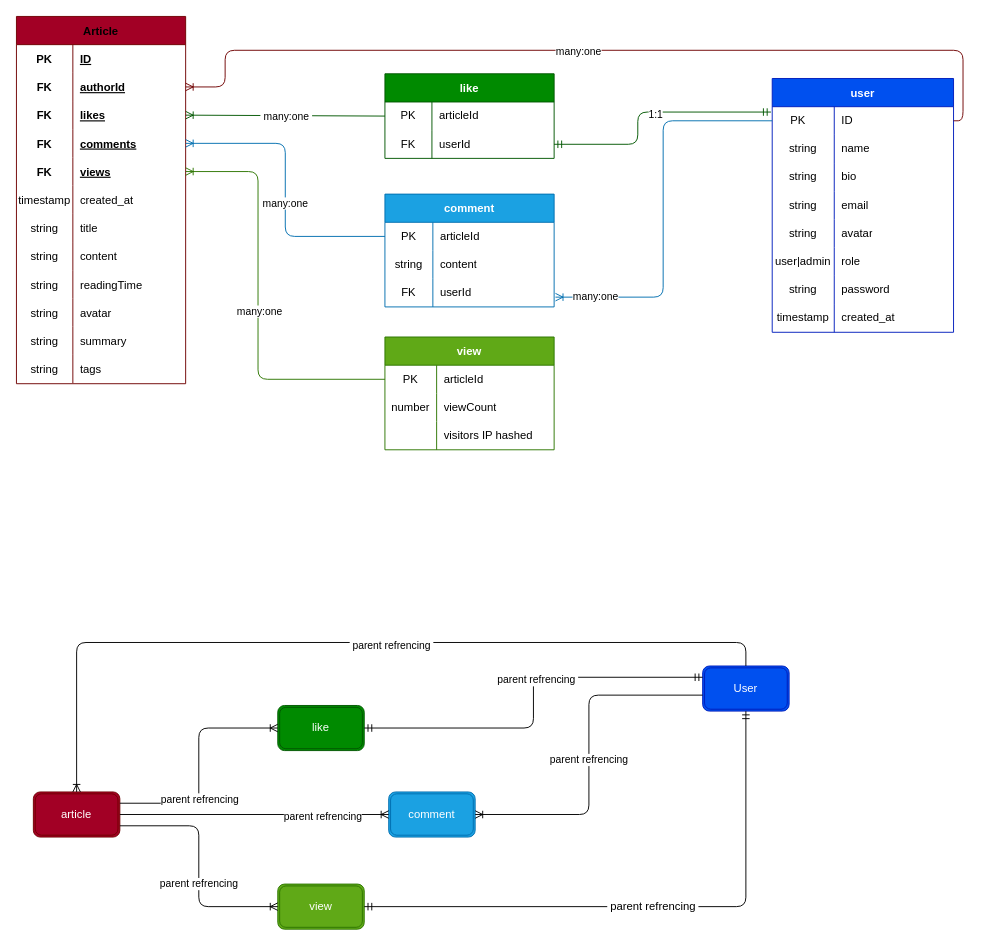
This is backend/doc/dbSchema.drawio from MhL5/Meta-Blog, a draw.io file, before an edit. Source tidied: cells renumbered, new cells numbered last; positions are measured from the earlier drawing's top-left corner, leaving out a move shared by most shapes. Both pictures are drawn from the tidied source at 94%, with x=0, y=0 at pixel (16, 16).
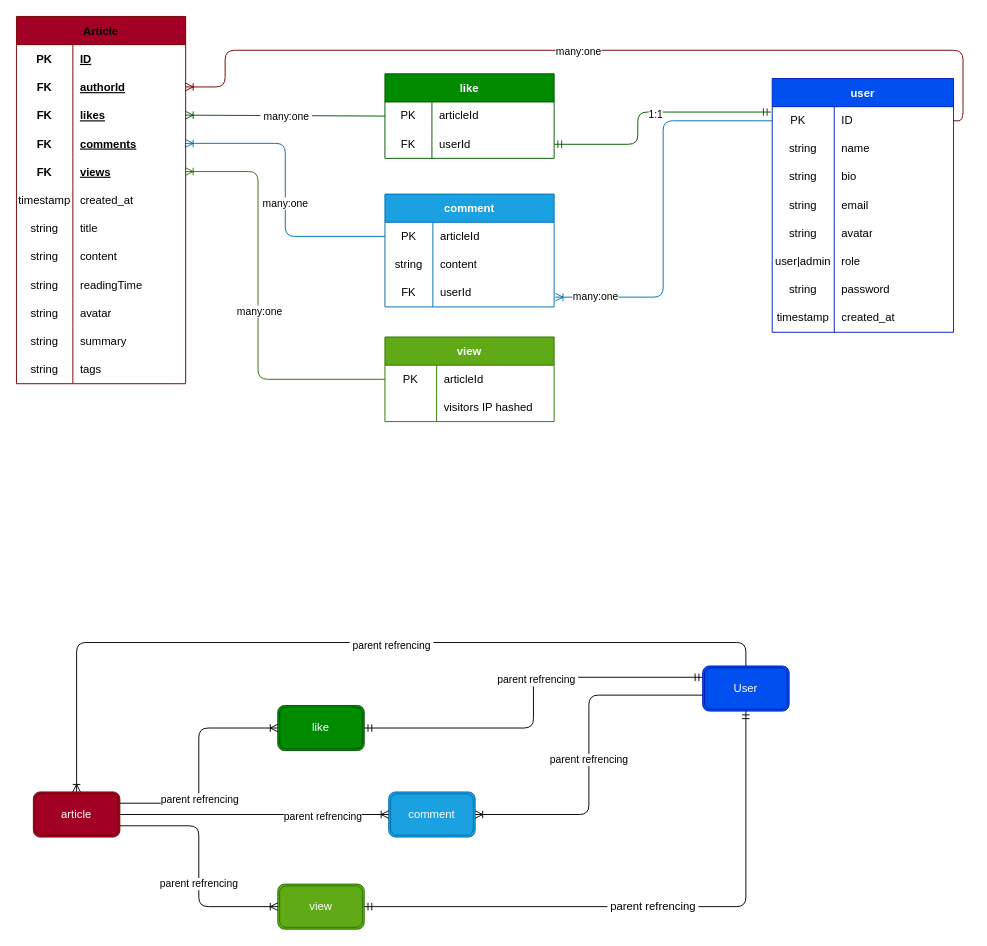
After the change.

Commit message:
backend:update dbSchema diagram

The edit, as a diff of the source:
```diff
@@
     <mxCell id="44" value="view" style="shape=table;startSize=30;childLayout=tableLayout;rowLines=0;fontStyle=1;fillColor=#60a917;fontColor=#ffffff;strokeColor=#2D7600;rounded=0;" parent="1" vertex="1">
-      <mxGeometry x="392" y="341" width="180" height="120" as="geometry" />
+      <mxGeometry x="392" y="341" width="180" height="90" as="geometry" />
     </mxCell>
@@
-    <mxCell id="48" style="shape=tableRow;horizontal=0;startSize=0;swimlaneHead=0;swimlaneBody=0;top=0;left=0;bottom=0;right=0;fillColor=none;rounded=0;" parent="44" vertex="1">
-      <mxGeometry y="60" width="180" height="30" as="geometry" />
-    </mxCell>
-    <mxCell id="49" value="number" style="shape=partialRectangle;html=1;whiteSpace=wrap;fillColor=none;top=0;left=0;bottom=0;right=0;overflow=hidden;rounded=0;" parent="48" vertex="1">
-      <mxGeometry width="55" height="30" as="geometry" />
-    </mxCell>
-    <mxCell id="50" value="viewCount" style="shape=partialRectangle;html=1;whiteSpace=wrap;fillColor=none;top=0;left=0;bottom=0;right=0;align=left;spacingLeft=6;overflow=hidden;rounded=0;" parent="48" vertex="1">
-      <mxGeometry x="55" width="125" height="30" as="geometry" />
-    </mxCell>
     <mxCell id="51" style="shape=tableRow;horizontal=0;startSize=0;swimlaneHead=0;swimlaneBody=0;top=0;left=0;bottom=0;right=0;fillColor=none;rounded=0;" parent="44" vertex="1">
-      <mxGeometry y="90" width="180" height="30" as="geometry" />
+      <mxGeometry y="60" width="180" height="30" as="geometry" />
     </mxCell>
```
